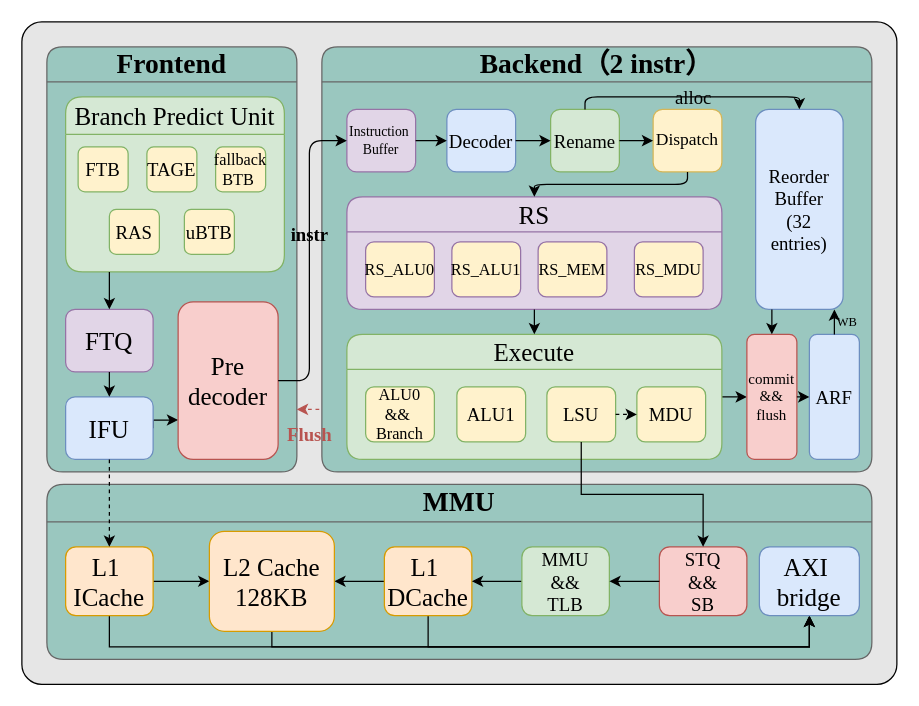
26nscscc-HITSZ-PleaseTypeText/PTT-ppt keeps this draw.io diagram as assets/drawio/cpu_arch.drawio. Above is the earlier version. Source tidied: cells renumbered, new cells numbered last; positions are measured from the earlier drawing's top-left corner, leaving out a move shared by most shapes. Both pictures are drawn from the tidied source at 125%, with x=0, y=0 at pixel (21, 21).
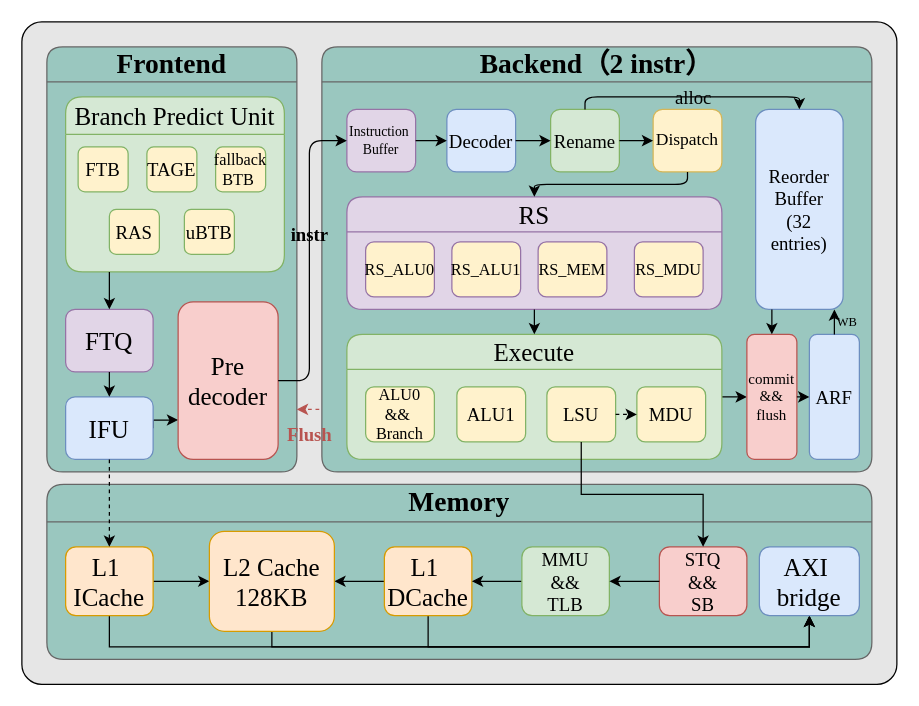
After the change.

Change to the diagram source:
```diff
@@
-    <mxCell id="36" value="&lt;font style=&quot;font-size: 22px;&quot;&gt;&lt;b&gt;MMU&lt;/b&gt;&lt;/font&gt;" style="swimlane;startSize=30;rounded=1;whiteSpace=wrap;html=1;fillColor=#9AC7BF;strokeColor=#666666;fontStyle=0;fontSize=13;fontFamily=Garamond;labelBackgroundColor=none;swimlaneFillColor=#9AC7BF;" parent="1" vertex="1">
+    <mxCell id="36" value="&lt;span style=&quot;font-size: 22px;&quot;&gt;&lt;b&gt;Memory&lt;/b&gt;&lt;/span&gt;" style="swimlane;startSize=30;rounded=1;whiteSpace=wrap;html=1;fillColor=#9AC7BF;strokeColor=#666666;fontStyle=0;fontSize=13;fontFamily=Garamond;labelBackgroundColor=none;swimlaneFillColor=#9AC7BF;" parent="1" vertex="1">
       <mxGeometry x="20" y="370" width="660" height="140" as="geometry" />
     </mxCell>
```
